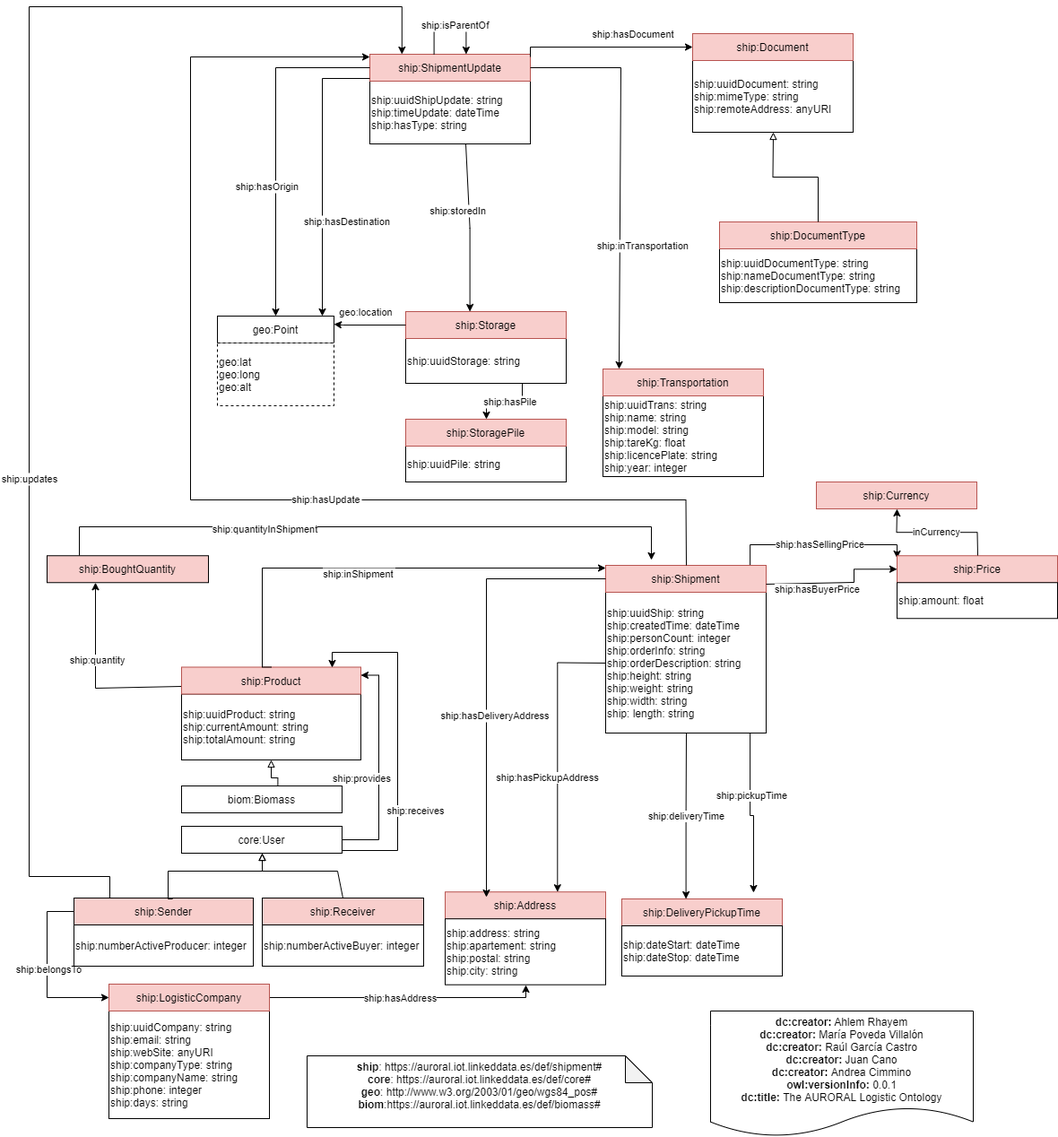
Before: diagrams/shipment.png, a diagram exported from draw.io (oeg-upm/auroral-shipmentBiomass-ontology). Source tidied: cells renumbered, new cells last; positions are measured from the earlier drawing's top-left corner, leaving out a move shared by most shapes.
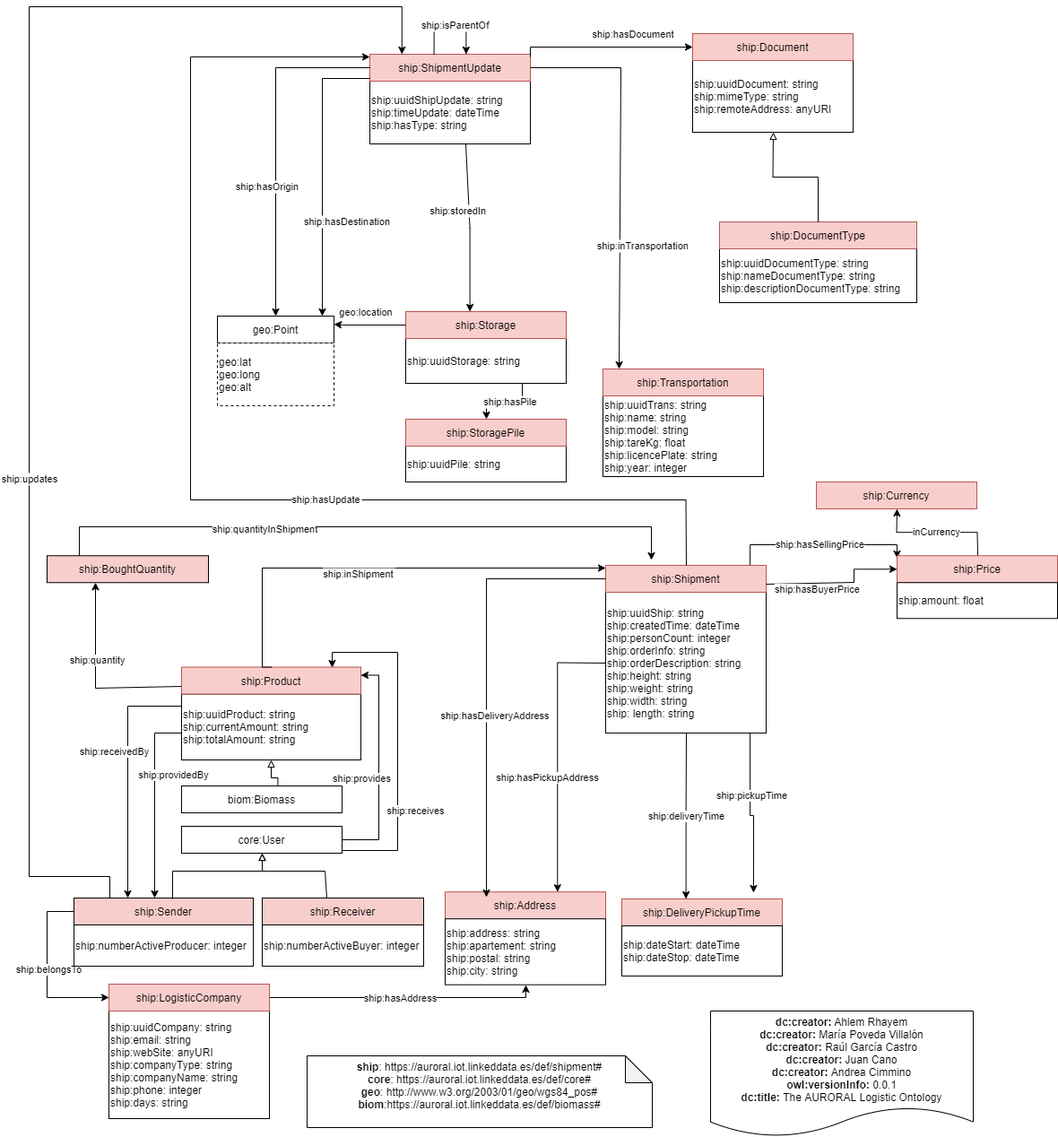
Above is the later version.

The edit, as a diff of the source:
```diff
@@ -251,7 +251,7 @@
     <mxCell id="52" style="edgeStyle=orthogonalEdgeStyle;rounded=0;jettySize=auto;html=1;fontSize=11;endArrow=block;endFill=0;" parent="1" edge="1" source="51" target="32">
       <mxGeometry relative="1" as="geometry">
         <Array as="points">
-          <mxPoint x="344" y="964" />
+          <mxPoint x="330" y="964" />
           <mxPoint x="260" y="964" />
         </Array>
       </mxGeometry>
@@ -259,7 +259,7 @@
     <mxCell id="53" style="edgeStyle=orthogonalEdgeStyle;rounded=0;jettySize=auto;html=1;fontSize=11;endArrow=block;endFill=0;exitX=0.55;exitY=0.033;exitDx=0;exitDy=0;exitPerimeter=0;" parent="1" edge="1" source="50" target="32">
       <mxGeometry relative="1" as="geometry">
         <Array as="points">
-          <mxPoint x="155" y="964" />
+          <mxPoint x="160" y="964" />
           <mxPoint x="260" y="964" />
         </Array>
       </mxGeometry>
@@ -351,5 +351,32 @@
     <mxCell id="73" value="&lt;div&gt;&lt;b&gt;dc:creator:&lt;/b&gt;&amp;nbsp;Ahlem Rhayem&lt;/div&gt;&lt;div&gt;&lt;b&gt;dc:creator:&lt;/b&gt;&amp;nbsp;María Poveda Villalón&lt;/div&gt;&lt;div&gt;&lt;b&gt;dc:creator:&lt;/b&gt;&amp;nbsp;Raúl García Castro&lt;/div&gt;&lt;div&gt;&lt;b&gt;dc:creator:&lt;/b&gt; Juan Cano&lt;/div&gt;&lt;div&gt;&lt;b&gt;dc:creator:&lt;/b&gt; Andrea Cimmino&lt;/div&gt;&lt;div&gt;&lt;b&gt;owl:versionInfo:&lt;/b&gt; 0.0.1&lt;/div&gt;&lt;div&gt;&lt;b&gt;dc:title:&lt;/b&gt; The AURORAL Logistic Ontology&lt;/div&gt;" style="shape=document;whiteSpace=wrap;html=1;boundedLbl=1;labelBackgroundColor=#ffffff;strokeColor=#000000;fontSize=12;fontColor=#000000;size=0.23333333333333334;" parent="1" vertex="1">
       <mxGeometry x="760" y="1120" width="293" height="140" as="geometry" />
     </mxCell>
+    <mxCell id="74" style="edgeStyle=orthogonalEdgeStyle;rounded=0;orthogonalLoop=1;jettySize=auto;html=1;" parent="1" edge="1">
+      <mxGeometry relative="1" as="geometry">
+        <mxPoint x="170" y="810" as="sourcePoint" />
+        <mxPoint x="140" y="994" as="targetPoint" />
+        <Array as="points">
+          <mxPoint x="140" y="810" />
+        </Array>
+      </mxGeometry>
+    </mxCell>
+    <mxCell id="75" value="ship:providedBy" style="edgeLabel;html=1;align=center;verticalAlign=middle;" parent="74" vertex="1">
+      <mxGeometry x="0.11" relative="1" as="geometry">
+        <mxPoint x="20" y="-43" as="offset" />
+      </mxGeometry>
+    </mxCell>
+    <mxCell id="76" style="edgeStyle=orthogonalEdgeStyle;rounded=0;jettySize=auto;html=1;entryX=0.3;entryY=0;entryDx=0;entryDy=0;" parent="1" edge="1" target="50">
+      <mxGeometry relative="1" as="geometry">
+        <mxPoint x="170" y="780" as="sourcePoint" />
+        <Array as="points">
+          <mxPoint x="110" y="780" />
+        </Array>
+      </mxGeometry>
+    </mxCell>
+    <mxCell id="77" value="ship:receivedBy" style="edgeLabel;html=1;align=center;verticalAlign=middle;" parent="76" vertex="1">
+      <mxGeometry x="0.11" relative="1" as="geometry">
+        <mxPoint x="-16" y="-42" as="offset" />
+      </mxGeometry>
+    </mxCell>
   </root>
 </mxGraphModel>
```
